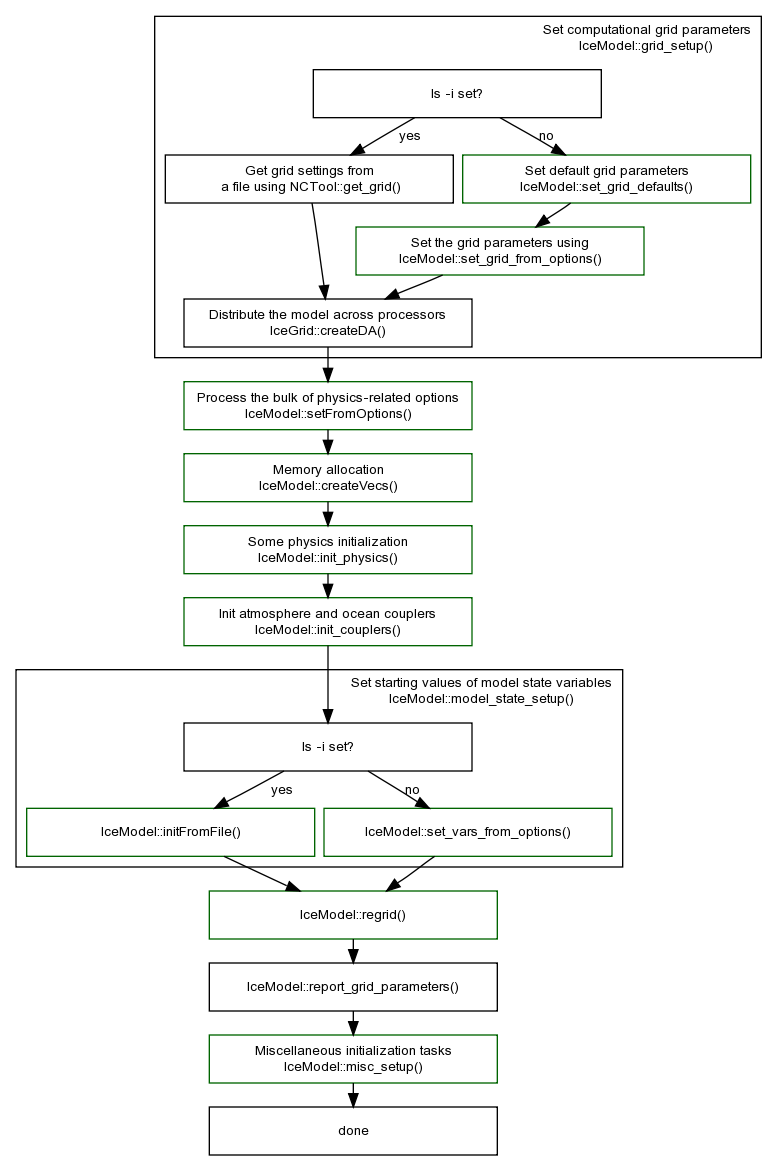
pism/pism keeps this Graphviz diagram as doc/initialization-sequence.png. Above is the earlier version. Its source is kept beside it as doc/initialization-sequence.dot. Source of this version:
```dot
digraph pism_init {
  node [fontname=Arial fontsize=10 shape=box width=3];
  edge [fontname=Arial fontsize=10];
  graph [fontname=Arial fontsize=10 ranksep=0.1 nodesep=0.1];

  subgraph cluster_grid {
    label = "Set computational grid parameters\rIceModel::grid_setup()";
    labeljust = r;

    is_i_set1 [label = "Is -i set?"];
    {rank=same
      grid_from_file [label = "Get grid settings from\n a file using NCTool::get_grid()"];
      set_grid_defaults [label = "Set default grid parameters\nIceModel::set_grid_defaults()" color=darkgreen];
    }
    grid_from_options [label = "Set the grid parameters using\nIceModel::set_grid_from_options()" color=darkgreen];
    is_i_set1 -> set_grid_defaults [label = "no"];
    set_grid_defaults -> grid_from_options;
    is_i_set1 -> grid_from_file [label = "yes"];

    createDA [label = "Distribute the model across processors\nIceGrid::createDA()"];
    {grid_from_file grid_from_options} -> createDA;
  }

  setFromOptions [label = "Process the bulk of physics-related options\nIceModel::setFromOptions()" color=darkgreen];
  createDA -> setFromOptions;

  createVecs [label = "Memory allocation\nIceModel::createVecs()" color=darkgreen];
  setFromOptions -> createVecs;

  init_physics [label = "Some physics initialization\nIceModel::init_physics()" color=darkgreen];
  createVecs -> init_physics;

  init_couplers [label = "Init atmosphere and ocean couplers\nIceModel::init_couplers()" color=darkgreen];
  init_physics -> init_couplers;

  init_couplers -> is_i_set2;

  subgraph cluster_model_state {
    label = "Set starting values of model state variables\rIceModel::model_state_setup()";
    labeljust = r;

    is_i_set2 [label = "Is -i set?"];

    initFromFile [label = "IceModel::initFromFile()" color=darkgreen];
    set_values_from_options [label = "IceModel::set_vars_from_options()" color=darkgreen];
    is_i_set2 -> initFromFile [label = "yes"];
    is_i_set2 -> set_values_from_options [label = "no"];
  }

  regrid [label = "IceModel::regrid()" color=darkgreen];
  {initFromFile set_values_from_options} -> regrid;

  report [label = "IceModel::report_grid_parameters()"];
  regrid -> report;

  misc [label = "Miscellaneous initialization tasks\nIceModel::misc_setup()" color=darkgreen];
  report -> misc;

  misc -> done;
}
```
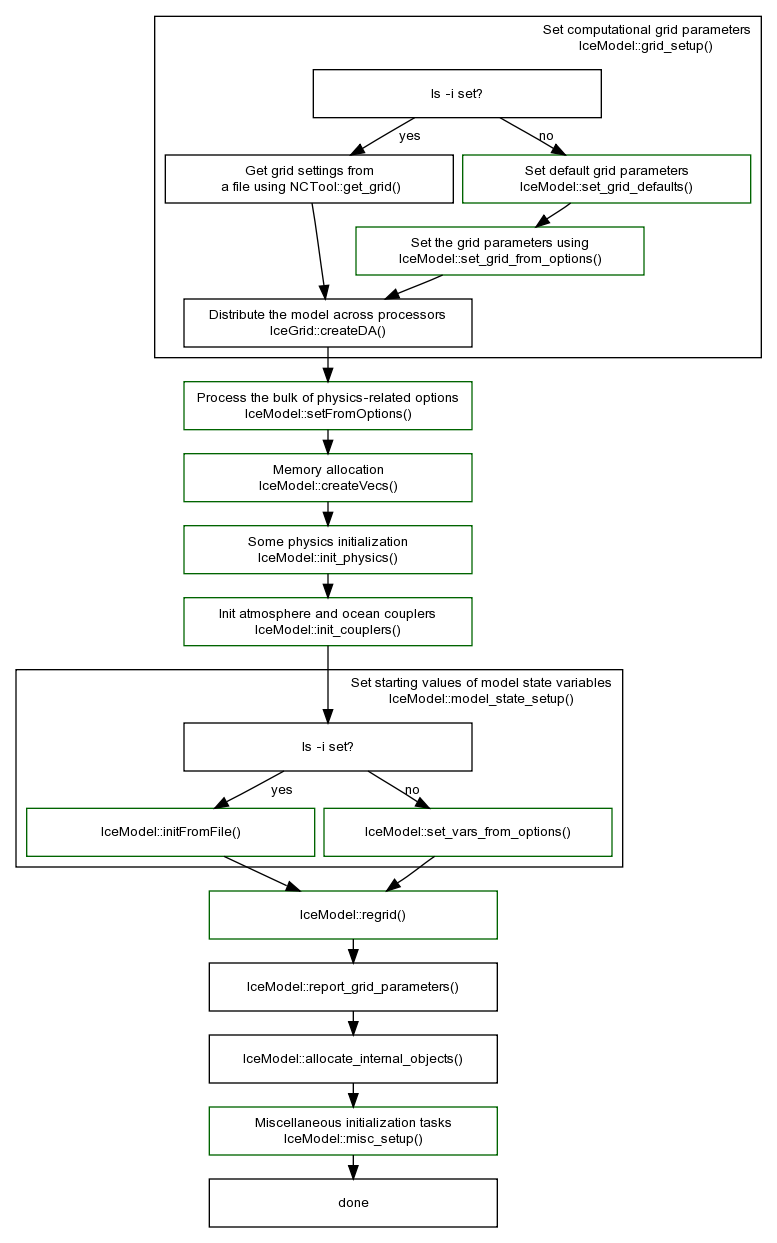
After the change.

Commit message:
* Cleanup: removed util/matlab and doc/pism-install-* * Internal structured are allocated late now. See task #6517.

Diff of the diagram source:
```diff
@@ -1,3 +1,4 @@
+
 digraph pism_init {
   node [fontname=Arial fontsize=10 shape=box width=3];
   edge [fontname=Arial fontsize=10];
@@ -53,8 +54,11 @@
   report [label = "IceModel::report_grid_parameters()"];
   regrid -> report;
 
+  allocate_internal_objects [label = "IceModel::allocate_internal_objects()"];
+  report -> allocate_internal_objects;
+
   misc [label = "Miscellaneous initialization tasks\nIceModel::misc_setup()" color=darkgreen];
-  report -> misc;
+  allocate_internal_objects -> misc;
 
   misc -> done;
 }
```
